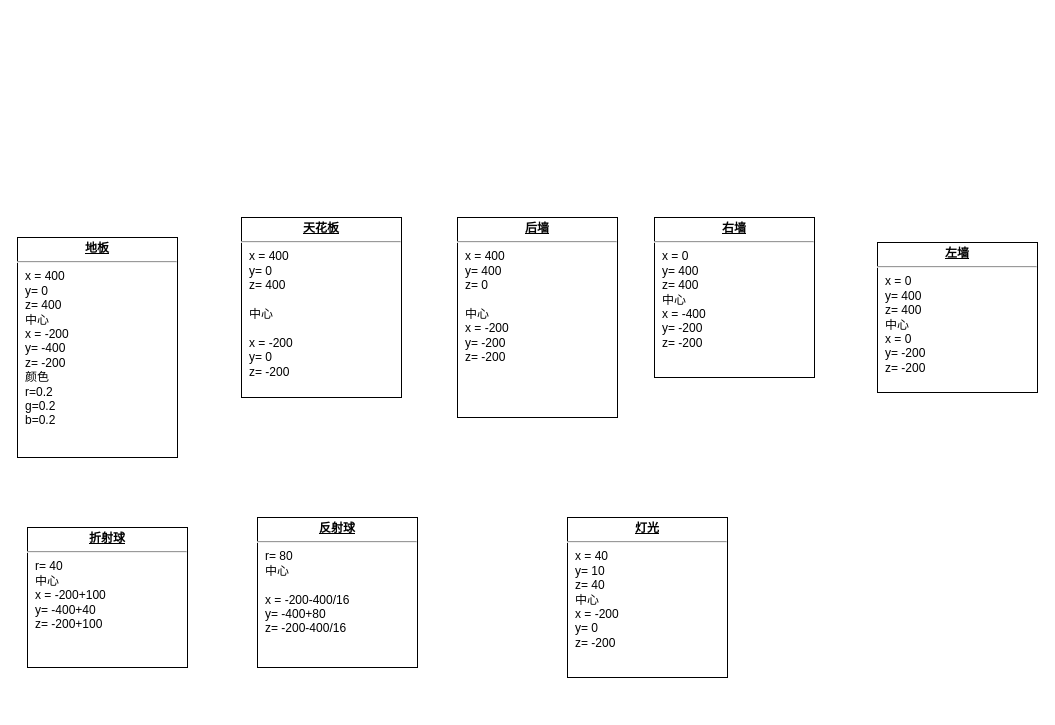
Before: src/view/renderer/rayTracing.drawio in linround/three-explore, a draw.io diagram. Source tidied: cells renumbered, new cells numbered last; positions are measured from the earlier drawing's top-left corner, leaving out a move shared by most shapes. Both pictures are drawn from the tidied source at 100%, with x=0, y=0 at pixel (17, 217).
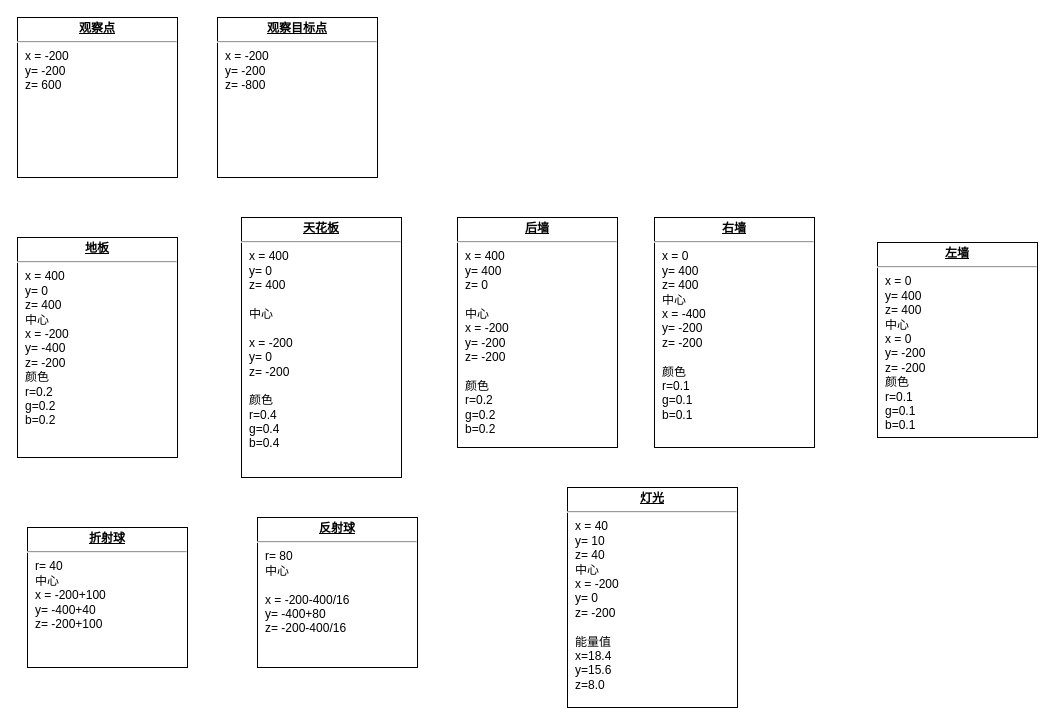
The same page after the edit.

What changed in the source:
```diff
@@
 <mxGraphModel>
   <root>
     <mxCell id="0" />
     <mxCell id="1" parent="0" />
     <mxCell id="2" value="&lt;p style=&quot;margin:0px;margin-top:4px;text-align:center;text-decoration:underline;&quot;&gt;&lt;b&gt;地板&lt;/b&gt;&lt;/p&gt;&lt;hr&gt;&lt;p style=&quot;margin:0px;margin-left:8px;&quot;&gt;x = 400&lt;br&gt;y= 0&lt;br&gt;z= 400&lt;/p&gt;&lt;p style=&quot;margin:0px;margin-left:8px;&quot;&gt;中心&lt;/p&gt;&lt;p style=&quot;margin:0px;margin-left:8px;&quot;&gt;x = -200&lt;br style=&quot;border-color: var(--border-color);&quot;&gt;y= -400&lt;br style=&quot;border-color: var(--border-color);&quot;&gt;z= -200&lt;br&gt;&lt;/p&gt;&lt;p style=&quot;margin:0px;margin-left:8px;&quot;&gt;颜色&lt;br&gt;r=0.2&lt;/p&gt;&lt;p style=&quot;margin:0px;margin-left:8px;&quot;&gt;g=0.2&lt;/p&gt;&lt;p style=&quot;margin:0px;margin-left:8px;&quot;&gt;b=0.2&lt;/p&gt;" style="verticalAlign=top;align=left;overflow=fill;fontSize=12;fontFamily=Helvetica;html=1;whiteSpace=wrap;" parent="1" vertex="1">
       <mxGeometry y="20" width="160" height="220" as="geometry" />
     </mxCell>
-    <mxCell id="3" value="&lt;p style=&quot;margin:0px;margin-top:4px;text-align:center;text-decoration:underline;&quot;&gt;&lt;b&gt;后墙&lt;/b&gt;&lt;/p&gt;&lt;hr&gt;&lt;p style=&quot;margin:0px;margin-left:8px;&quot;&gt;x = 400&lt;br&gt;y= 400&lt;br&gt;z= 0&lt;br&gt;&lt;br&gt;&lt;/p&gt;&lt;p style=&quot;border-color: var(--border-color); margin: 0px 0px 0px 8px;&quot;&gt;中心&lt;/p&gt;&lt;p style=&quot;border-color: var(--border-color); margin: 0px 0px 0px 8px;&quot;&gt;x = -200&lt;br style=&quot;border-color: var(--border-color);&quot;&gt;y= -200&lt;br style=&quot;border-color: var(--border-color);&quot;&gt;z= -200&lt;/p&gt;" style="verticalAlign=top;align=left;overflow=fill;fontSize=12;fontFamily=Helvetica;html=1;whiteSpace=wrap;" parent="1" vertex="1">
-      <mxGeometry x="440" width="160" height="200" as="geometry" />
+    <mxCell id="3" value="&lt;p style=&quot;margin:0px;margin-top:4px;text-align:center;text-decoration:underline;&quot;&gt;&lt;b&gt;后墙&lt;/b&gt;&lt;/p&gt;&lt;hr&gt;&lt;p style=&quot;margin:0px;margin-left:8px;&quot;&gt;x = 400&lt;br&gt;y= 400&lt;br&gt;z= 0&lt;br&gt;&lt;br&gt;&lt;/p&gt;&lt;p style=&quot;border-color: var(--border-color); margin: 0px 0px 0px 8px;&quot;&gt;中心&lt;/p&gt;&lt;p style=&quot;border-color: var(--border-color); margin: 0px 0px 0px 8px;&quot;&gt;x = -200&lt;br style=&quot;border-color: var(--border-color);&quot;&gt;y= -200&lt;br style=&quot;border-color: var(--border-color);&quot;&gt;z= -200&lt;/p&gt;&lt;p style=&quot;border-color: var(--border-color); margin: 0px 0px 0px 8px;&quot;&gt;&lt;br&gt;&lt;/p&gt;&lt;p style=&quot;border-color: var(--border-color); margin: 0px 0px 0px 8px;&quot;&gt;颜色&lt;br style=&quot;border-color: var(--border-color);&quot;&gt;r=0.2&lt;/p&gt;&lt;p style=&quot;border-color: var(--border-color); margin: 0px 0px 0px 8px;&quot;&gt;g=0.2&lt;/p&gt;&lt;p style=&quot;border-color: var(--border-color); margin: 0px 0px 0px 8px;&quot;&gt;b=0.2&lt;/p&gt;" style="verticalAlign=top;align=left;overflow=fill;fontSize=12;fontFamily=Helvetica;html=1;whiteSpace=wrap;" parent="1" vertex="1">
+      <mxGeometry x="440" width="160" height="230" as="geometry" />
     </mxCell>
-    <mxCell id="4" value="&lt;p style=&quot;margin:0px;margin-top:4px;text-align:center;text-decoration:underline;&quot;&gt;&lt;b&gt;天花板&lt;/b&gt;&lt;/p&gt;&lt;hr&gt;&lt;p style=&quot;margin:0px;margin-left:8px;&quot;&gt;x = 400&lt;br&gt;y= 0&lt;br&gt;z= 400&lt;br&gt;&lt;br&gt;&lt;/p&gt;&lt;p style=&quot;margin:0px;margin-left:8px;&quot;&gt;中心&lt;/p&gt;&lt;p style=&quot;margin:0px;margin-left:8px;&quot;&gt;&lt;br&gt;&lt;/p&gt;&lt;p style=&quot;margin:0px;margin-left:8px;&quot;&gt;x = -200&lt;/p&gt;&lt;p style=&quot;margin:0px;margin-left:8px;&quot;&gt;y= 0&lt;/p&gt;&lt;p style=&quot;margin:0px;margin-left:8px;&quot;&gt;z= -200&lt;/p&gt;" style="verticalAlign=top;align=left;overflow=fill;fontSize=12;fontFamily=Helvetica;html=1;whiteSpace=wrap;" parent="1" vertex="1">
-      <mxGeometry x="224" width="160" height="180" as="geometry" />
+    <mxCell id="4" value="&lt;p style=&quot;margin:0px;margin-top:4px;text-align:center;text-decoration:underline;&quot;&gt;&lt;b&gt;天花板&lt;/b&gt;&lt;/p&gt;&lt;hr&gt;&lt;p style=&quot;margin:0px;margin-left:8px;&quot;&gt;x = 400&lt;br&gt;y= 0&lt;br&gt;z= 400&lt;br&gt;&lt;br&gt;&lt;/p&gt;&lt;p style=&quot;margin:0px;margin-left:8px;&quot;&gt;中心&lt;/p&gt;&lt;p style=&quot;margin:0px;margin-left:8px;&quot;&gt;&lt;br&gt;&lt;/p&gt;&lt;p style=&quot;margin:0px;margin-left:8px;&quot;&gt;x = -200&lt;/p&gt;&lt;p style=&quot;margin:0px;margin-left:8px;&quot;&gt;y= 0&lt;/p&gt;&lt;p style=&quot;margin:0px;margin-left:8px;&quot;&gt;z= -200&lt;/p&gt;&lt;p style=&quot;margin:0px;margin-left:8px;&quot;&gt;&lt;br&gt;&lt;/p&gt;&lt;p style=&quot;margin:0px;margin-left:8px;&quot;&gt;颜色&lt;/p&gt;&lt;p style=&quot;margin:0px;margin-left:8px;&quot;&gt;r=0.4&lt;/p&gt;&lt;p style=&quot;margin:0px;margin-left:8px;&quot;&gt;g=0.4&lt;/p&gt;&lt;p style=&quot;margin:0px;margin-left:8px;&quot;&gt;b=0.4&lt;/p&gt;" style="verticalAlign=top;align=left;overflow=fill;fontSize=12;fontFamily=Helvetica;html=1;whiteSpace=wrap;" parent="1" vertex="1">
+      <mxGeometry x="224" width="160" height="260" as="geometry" />
     </mxCell>
-    <mxCell id="5" value="&lt;p style=&quot;margin: 4px 0px 0px; text-align: center;&quot;&gt;&lt;b&gt;&lt;u&gt;左墙&lt;/u&gt;&lt;/b&gt;&lt;br&gt;&lt;/p&gt;&lt;hr&gt;&lt;p style=&quot;margin:0px;margin-left:8px;&quot;&gt;x = 0&lt;br&gt;y= 400&lt;br&gt;z= 400&lt;br&gt;&lt;/p&gt;&lt;p style=&quot;border-color: var(--border-color); margin: 0px 0px 0px 8px;&quot;&gt;中心&lt;/p&gt;&lt;p style=&quot;border-color: var(--border-color); margin: 0px 0px 0px 8px;&quot;&gt;x = 0&lt;br style=&quot;border-color: var(--border-color);&quot;&gt;y= -200&lt;br style=&quot;border-color: var(--border-color);&quot;&gt;z= -200&lt;/p&gt;" style="verticalAlign=top;align=left;overflow=fill;fontSize=12;fontFamily=Helvetica;html=1;whiteSpace=wrap;" parent="1" vertex="1">
-      <mxGeometry x="860" y="25" width="160" height="150" as="geometry" />
+    <mxCell id="5" value="&lt;p style=&quot;margin: 4px 0px 0px; text-align: center;&quot;&gt;&lt;b&gt;&lt;u&gt;左墙&lt;/u&gt;&lt;/b&gt;&lt;br&gt;&lt;/p&gt;&lt;hr&gt;&lt;p style=&quot;margin:0px;margin-left:8px;&quot;&gt;x = 0&lt;br&gt;y= 400&lt;br&gt;z= 400&lt;br&gt;&lt;/p&gt;&lt;p style=&quot;border-color: var(--border-color); margin: 0px 0px 0px 8px;&quot;&gt;中心&lt;/p&gt;&lt;p style=&quot;border-color: var(--border-color); margin: 0px 0px 0px 8px;&quot;&gt;x = 0&lt;br style=&quot;border-color: var(--border-color);&quot;&gt;y= -200&lt;br style=&quot;border-color: var(--border-color);&quot;&gt;z= -200&lt;/p&gt;&lt;p style=&quot;border-color: var(--border-color); margin: 0px 0px 0px 8px;&quot;&gt;颜色&lt;br style=&quot;border-color: var(--border-color);&quot;&gt;r=0.1&lt;/p&gt;&lt;p style=&quot;border-color: var(--border-color); margin: 0px 0px 0px 8px;&quot;&gt;g=0.1&lt;/p&gt;&lt;p style=&quot;border-color: var(--border-color); margin: 0px 0px 0px 8px;&quot;&gt;b=0.1&lt;/p&gt;" style="verticalAlign=top;align=left;overflow=fill;fontSize=12;fontFamily=Helvetica;html=1;whiteSpace=wrap;" parent="1" vertex="1">
+      <mxGeometry x="860" y="25" width="160" height="195" as="geometry" />
     </mxCell>
-    <mxCell id="6" value="&lt;p style=&quot;margin: 4px 0px 0px; text-align: center;&quot;&gt;&lt;b&gt;&lt;u&gt;右墙&lt;/u&gt;&lt;/b&gt;&lt;br&gt;&lt;/p&gt;&lt;hr&gt;&lt;p style=&quot;margin:0px;margin-left:8px;&quot;&gt;x = 0&lt;br&gt;y= 400&lt;br&gt;z= 400&lt;br&gt;&lt;/p&gt;&lt;p style=&quot;border-color: var(--border-color); margin: 0px 0px 0px 8px;&quot;&gt;中心&lt;/p&gt;&lt;p style=&quot;border-color: var(--border-color); margin: 0px 0px 0px 8px;&quot;&gt;x = -400&lt;br style=&quot;border-color: var(--border-color);&quot;&gt;y= -200&lt;br style=&quot;border-color: var(--border-color);&quot;&gt;z= -200&lt;/p&gt;" style="verticalAlign=top;align=left;overflow=fill;fontSize=12;fontFamily=Helvetica;html=1;whiteSpace=wrap;" parent="1" vertex="1">
-      <mxGeometry x="637" width="160" height="160" as="geometry" />
+    <mxCell id="6" value="&lt;p style=&quot;margin: 4px 0px 0px; text-align: center;&quot;&gt;&lt;b&gt;&lt;u&gt;右墙&lt;/u&gt;&lt;/b&gt;&lt;br&gt;&lt;/p&gt;&lt;hr&gt;&lt;p style=&quot;margin:0px;margin-left:8px;&quot;&gt;x = 0&lt;br&gt;y= 400&lt;br&gt;z= 400&lt;br&gt;&lt;/p&gt;&lt;p style=&quot;border-color: var(--border-color); margin: 0px 0px 0px 8px;&quot;&gt;中心&lt;/p&gt;&lt;p style=&quot;border-color: var(--border-color); margin: 0px 0px 0px 8px;&quot;&gt;x = -400&lt;br style=&quot;border-color: var(--border-color);&quot;&gt;y= -200&lt;br style=&quot;border-color: var(--border-color);&quot;&gt;z= -200&lt;/p&gt;&lt;p style=&quot;border-color: var(--border-color); margin: 0px 0px 0px 8px;&quot;&gt;&lt;br&gt;&lt;/p&gt;&lt;p style=&quot;border-color: var(--border-color); margin: 0px 0px 0px 8px;&quot;&gt;颜色&lt;br style=&quot;border-color: var(--border-color);&quot;&gt;r=0.1&lt;/p&gt;&lt;p style=&quot;border-color: var(--border-color); margin: 0px 0px 0px 8px;&quot;&gt;g=0.1&lt;/p&gt;&lt;p style=&quot;border-color: var(--border-color); margin: 0px 0px 0px 8px;&quot;&gt;b=0.1&lt;/p&gt;" style="verticalAlign=top;align=left;overflow=fill;fontSize=12;fontFamily=Helvetica;html=1;whiteSpace=wrap;" parent="1" vertex="1">
+      <mxGeometry x="637" width="160" height="230" as="geometry" />
     </mxCell>
-    <mxCell id="7" value="&lt;p style=&quot;margin:0px;margin-top:4px;text-align:center;text-decoration:underline;&quot;&gt;&lt;b&gt;灯光&lt;/b&gt;&lt;/p&gt;&lt;hr&gt;&lt;p style=&quot;margin:0px;margin-left:8px;&quot;&gt;x = 40&lt;br&gt;y= 10&lt;br&gt;z= 40&lt;br&gt;&lt;/p&gt;&lt;p style=&quot;border-color: var(--border-color); margin: 0px 0px 0px 8px;&quot;&gt;中心&lt;/p&gt;&lt;p style=&quot;border-color: var(--border-color); margin: 0px 0px 0px 8px;&quot;&gt;x = -200&lt;br style=&quot;border-color: var(--border-color);&quot;&gt;y= 0&lt;br style=&quot;border-color: var(--border-color);&quot;&gt;z= -200&lt;/p&gt;" style="verticalAlign=top;align=left;overflow=fill;fontSize=12;fontFamily=Helvetica;html=1;whiteSpace=wrap;" parent="1" vertex="1">
-      <mxGeometry x="550" y="300" width="160" height="160" as="geometry" />
+    <mxCell id="7" value="&lt;p style=&quot;margin:0px;margin-top:4px;text-align:center;text-decoration:underline;&quot;&gt;&lt;b&gt;灯光&lt;/b&gt;&lt;/p&gt;&lt;hr&gt;&lt;p style=&quot;margin:0px;margin-left:8px;&quot;&gt;x = 40&lt;br&gt;y= 10&lt;br&gt;z= 40&lt;br&gt;&lt;/p&gt;&lt;p style=&quot;border-color: var(--border-color); margin: 0px 0px 0px 8px;&quot;&gt;中心&lt;/p&gt;&lt;p style=&quot;border-color: var(--border-color); margin: 0px 0px 0px 8px;&quot;&gt;x = -200&lt;br style=&quot;border-color: var(--border-color);&quot;&gt;y= 0&lt;br style=&quot;border-color: var(--border-color);&quot;&gt;z= -200&lt;br&gt;&lt;br&gt;能量值&lt;br&gt;x=18.4&lt;/p&gt;&lt;p style=&quot;border-color: var(--border-color); margin: 0px 0px 0px 8px;&quot;&gt;y=15.6&lt;/p&gt;&lt;p style=&quot;border-color: var(--border-color); margin: 0px 0px 0px 8px;&quot;&gt;z=8.0&lt;/p&gt;" style="verticalAlign=top;align=left;overflow=fill;fontSize=12;fontFamily=Helvetica;html=1;whiteSpace=wrap;" parent="1" vertex="1">
+      <mxGeometry x="550" y="270" width="170" height="220" as="geometry" />
     </mxCell>
     <mxCell id="8" value="&lt;p style=&quot;margin:0px;margin-top:4px;text-align:center;text-decoration:underline;&quot;&gt;&lt;b&gt;折射球&lt;/b&gt;&lt;/p&gt;&lt;hr&gt;&lt;p style=&quot;margin:0px;margin-left:8px;&quot;&gt;r= 40&lt;br&gt;&lt;/p&gt;&lt;p style=&quot;border-color: var(--border-color); margin: 0px 0px 0px 8px;&quot;&gt;中心&lt;/p&gt;&lt;p style=&quot;border-color: var(--border-color); margin: 0px 0px 0px 8px;&quot;&gt;x = -200+100&lt;br style=&quot;border-color: var(--border-color);&quot;&gt;y= -400+40&lt;br style=&quot;border-color: var(--border-color);&quot;&gt;z= -200+100&lt;/p&gt;" style="verticalAlign=top;align=left;overflow=fill;fontSize=12;fontFamily=Helvetica;html=1;whiteSpace=wrap;" parent="1" vertex="1">
       <mxGeometry x="10" y="310" width="160" height="140" as="geometry" />
     </mxCell>
     <mxCell id="9" value="&lt;p style=&quot;margin:0px;margin-top:4px;text-align:center;text-decoration:underline;&quot;&gt;&lt;b&gt;反射球&lt;/b&gt;&lt;/p&gt;&lt;hr&gt;&lt;p style=&quot;margin:0px;margin-left:8px;&quot;&gt;r= 80&lt;br&gt;&lt;/p&gt;&lt;p style=&quot;margin:0px;margin-left:8px;&quot;&gt;中心&lt;/p&gt;&lt;p style=&quot;margin:0px;margin-left:8px;&quot;&gt;&lt;br&gt;&lt;/p&gt;&lt;p style=&quot;margin:0px;margin-left:8px;&quot;&gt;x = -200-400/16&lt;/p&gt;&lt;p style=&quot;margin:0px;margin-left:8px;&quot;&gt;y= -400+80&lt;/p&gt;&lt;p style=&quot;margin:0px;margin-left:8px;&quot;&gt;z= -200-400/16&lt;/p&gt;" style="verticalAlign=top;align=left;overflow=fill;fontSize=12;fontFamily=Helvetica;html=1;whiteSpace=wrap;" parent="1" vertex="1">
       <mxGeometry x="240" y="300" width="160" height="150" as="geometry" />
     </mxCell>
+    <mxCell id="10" value="&lt;p style=&quot;margin:0px;margin-top:4px;text-align:center;text-decoration:underline;&quot;&gt;&lt;b&gt;观察点&lt;/b&gt;&lt;/p&gt;&lt;hr&gt;&lt;p style=&quot;margin:0px;margin-left:8px;&quot;&gt;x = -200&lt;br&gt;y= -200&lt;br&gt;z= 600&lt;br&gt;&lt;/p&gt;" style="verticalAlign=top;align=left;overflow=fill;fontSize=12;fontFamily=Helvetica;html=1;whiteSpace=wrap;" parent="1" vertex="1">
+      <mxGeometry y="-200" width="160" height="160" as="geometry" />
+    </mxCell>
+    <mxCell id="11" value="&lt;p style=&quot;margin:0px;margin-top:4px;text-align:center;text-decoration:underline;&quot;&gt;&lt;b&gt;观察目标点&lt;/b&gt;&lt;/p&gt;&lt;hr&gt;&lt;p style=&quot;margin:0px;margin-left:8px;&quot;&gt;x = -200&lt;br&gt;y= -200&lt;br&gt;z= -800&lt;br&gt;&lt;/p&gt;" style="verticalAlign=top;align=left;overflow=fill;fontSize=12;fontFamily=Helvetica;html=1;whiteSpace=wrap;" parent="1" vertex="1">
+      <mxGeometry x="200" y="-200" width="160" height="160" as="geometry" />
+    </mxCell>
   </root>
 </mxGraphModel>
```
